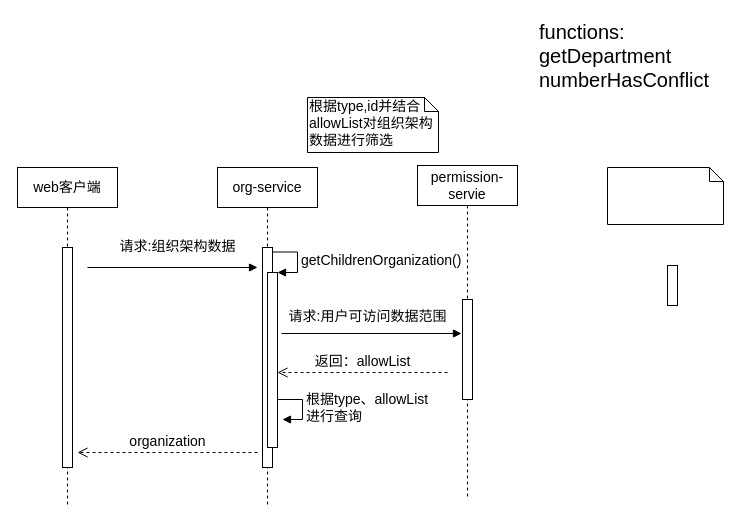
This is page "sequence-getOrganization" (3 of 4) of CDRS/module-design.drawio from waterwatermelon/graph, a draw.io file, before an edit. Source tidied: cells renumbered, new cells numbered last; positions are measured from the earlier drawing's top-left corner, leaving out a move shared by most shapes. Both pictures are drawn from the tidied source at 100%, with x=0, y=0 at pixel (17, 17).
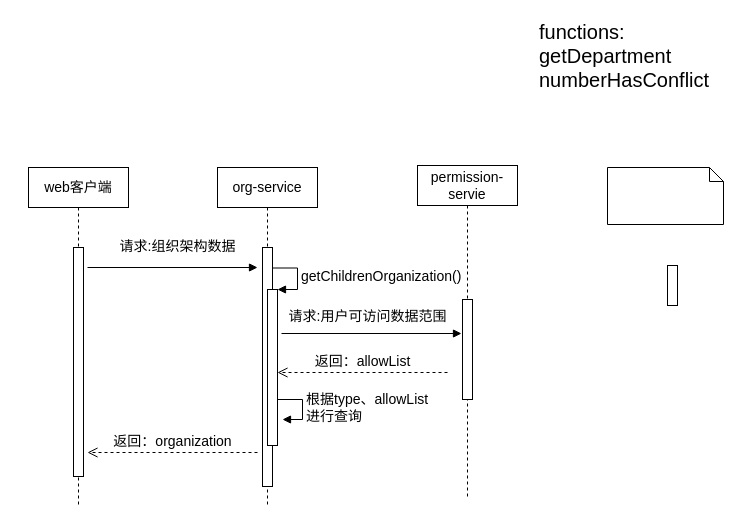
After the change.

The change refers to these unchanged cells:
```xml
<mxCell id="3" value="org-service" style="shape=umlLifeline;perimeter=lifelinePerimeter;whiteSpace=wrap;html=1;fontSize=14;" parent="1" vertex="1">
  <mxGeometry x="200" y="150" width="100" height="340" as="geometry" />
</mxCell>
```

Change to the diagram source:
```diff
@@
     <mxCell id="4" style="html=1;perimeter=orthogonalPerimeter;fontSize=14;" parent="3" vertex="1">
-      <mxGeometry x="45" y="80" width="10" height="220" as="geometry" />
+      <mxGeometry x="45" y="80" width="10" height="239" as="geometry" />
     </mxCell>
     <mxCell id="5" value="getChildrenOrganization()" style="edgeStyle=orthogonalEdgeStyle;html=1;align=left;spacingLeft=2;endArrow=block;rounded=0;entryX=1;entryY=0;fontSize=14;" parent="3" edge="1" target="6">
       <mxGeometry relative="1" as="geometry">
-        <mxPoint x="55" y="84.5" as="sourcePoint" />
+        <mxPoint x="55" y="100.5" as="sourcePoint" />
         <Array as="points">
-          <mxPoint x="80" y="84.5" />
+          <mxPoint x="80" y="100.5" />
         </Array>
       </mxGeometry>
     </mxCell>
     <mxCell id="6" style="html=1;points=[];perimeter=orthogonalPerimeter;fontSize=14;" parent="3" vertex="1">
-      <mxGeometry x="50" y="105" width="10" height="175" as="geometry" />
+      <mxGeometry x="50" y="122" width="10" height="156" as="geometry" />
     </mxCell>
@@
-    <mxCell id="14" value="根据type,id并结合allowList对组织架构数据进行筛选" style="shape=note;whiteSpace=wrap;html=1;size=14;verticalAlign=top;align=left;spacingTop=-6;fontSize=14;" parent="1" vertex="1">
-      <mxGeometry x="290" y="80" width="131" height="55" as="geometry" />
-    </mxCell>
-    <mxCell id="15" value="organization" style="html=1;verticalAlign=bottom;endArrow=open;dashed=1;endSize=8;fontSize=14;" parent="1" edge="1">
+    <mxCell id="15" value="返回：organization" style="html=1;verticalAlign=bottom;endArrow=open;dashed=1;endSize=8;fontSize=14;" parent="1" edge="1">
       <mxGeometry relative="1" as="geometry">
         <mxPoint x="240" y="435" as="sourcePoint" />
-        <mxPoint x="60" y="435" as="targetPoint" />
+        <mxPoint x="70" y="435" as="targetPoint" />
       </mxGeometry>
     </mxCell>
     <mxCell id="16" value="web客户端" style="shape=umlLifeline;perimeter=lifelinePerimeter;whiteSpace=wrap;html=1;fontSize=14;" parent="1" vertex="1">
-      <mxGeometry y="150" width="100" height="340" as="geometry" />
+      <mxGeometry x="11" y="150" width="100" height="340" as="geometry" />
     </mxCell>
     <mxCell id="17" style="html=1;perimeter=orthogonalPerimeter;fontSize=14;" parent="16" vertex="1">
-      <mxGeometry x="45" y="80" width="10" height="220" as="geometry" />
+      <mxGeometry x="45" y="80" width="10" height="229" as="geometry" />
     </mxCell>
```
